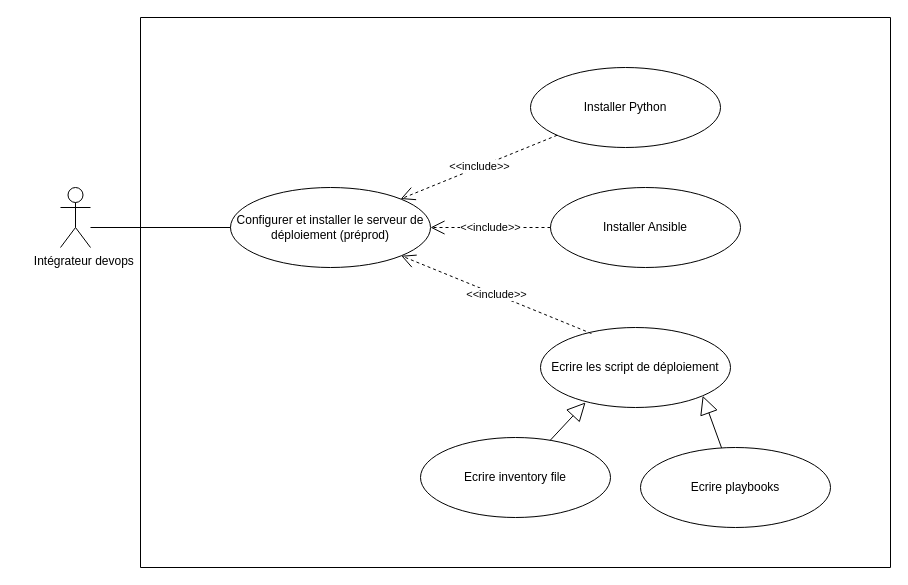
The draw.io diagram page "Page-2" (2 of 13) of Diagramme sans nom.drawio in EmiraDga/CanvasAnimation, before the edit. Source tidied: cells renumbered, new cells numbered last; positions are measured from the earlier drawing's top-left corner, leaving out a move shared by most shapes. Both pictures are drawn from the tidied source at 100%, with x=0, y=0 at pixel (60, 17).
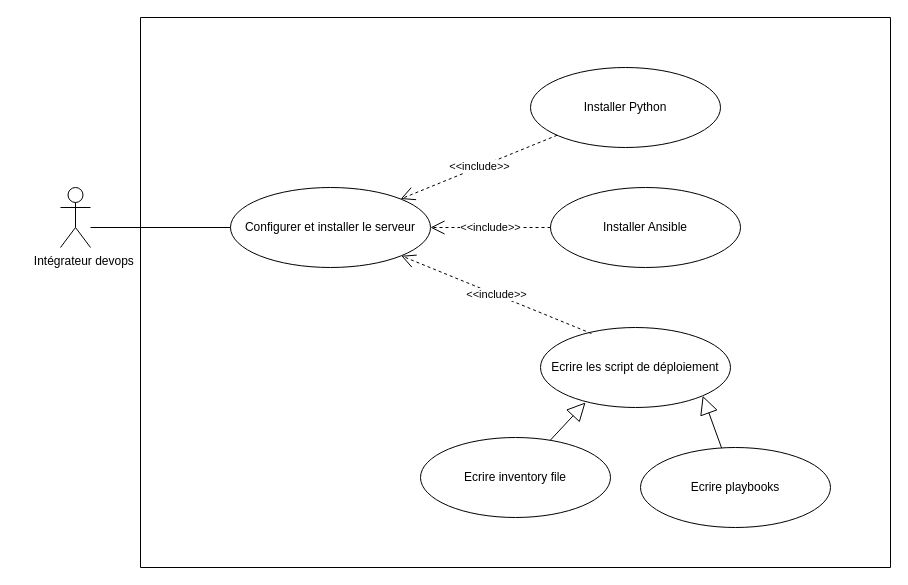
The same diagram, later.

What changed in the source:
```diff
@@
 <mxGraphModel>
   <root>
     <mxCell id="0" />
     <mxCell id="1" parent="0" />
     <mxCell id="2" value="&amp;nbsp;&amp;nbsp;&amp;nbsp;&amp;nbsp; Intégrateur devops" style="shape=umlActor;verticalLabelPosition=bottom;verticalAlign=top;html=1;" parent="1" vertex="1">
       <mxGeometry y="170" width="30" height="60" as="geometry" />
     </mxCell>
-    <mxCell id="3" value="Configurer et installer le serveur de déploiement (préprod)" style="ellipse;whiteSpace=wrap;html=1;" parent="1" vertex="1">
+    <mxCell id="3" value="Configurer et installer le serveur" style="ellipse;whiteSpace=wrap;html=1;" parent="1" vertex="1">
       <mxGeometry x="170" y="170" width="200" height="80" as="geometry" />
     </mxCell>
     <mxCell id="4" style="endArrow=none;html=1;rounded=0;entryX=0;entryY=0.5;entryDx=0;entryDy=0;" parent="1" edge="1" target="3">
       <mxGeometry relative="1" as="geometry">
         <mxPoint x="30" y="210" as="sourcePoint" />
       </mxGeometry>
     </mxCell>
     <mxCell id="5" value="Installer Ansible" style="ellipse;whiteSpace=wrap;html=1;" parent="1" vertex="1">
       <mxGeometry x="490" y="170" width="190" height="80" as="geometry" />
     </mxCell>
     <mxCell id="6" value="Ecrire les script de déploiement" style="ellipse;whiteSpace=wrap;html=1;" parent="1" vertex="1">
       <mxGeometry x="480" y="310" width="190" height="80" as="geometry" />
     </mxCell>
     <mxCell id="7" value="Installer Python" style="ellipse;whiteSpace=wrap;html=1;" parent="1" vertex="1">
       <mxGeometry x="470" y="50" width="190" height="80" as="geometry" />
     </mxCell>
     <mxCell id="8" value="&amp;lt;&amp;lt;include&amp;gt;&amp;gt;" style="endArrow=open;endSize=12;dashed=1;html=1;rounded=0;" parent="1" edge="1" source="7" target="3">
       <mxGeometry relative="1" as="geometry" />
     </mxCell>
     <mxCell id="9" value="&amp;lt;&amp;lt;include&amp;gt;&amp;gt;" style="endArrow=open;endSize=12;dashed=1;html=1;rounded=0;exitX=0;exitY=0.5;exitDx=0;exitDy=0;" parent="1" edge="1" source="5" target="3">
       <mxGeometry relative="1" as="geometry" />
     </mxCell>
     <mxCell id="10" value="&amp;lt;&amp;lt;include&amp;gt;&amp;gt;" style="endArrow=open;endSize=12;dashed=1;html=1;rounded=0;exitX=0.268;exitY=0.075;exitDx=0;exitDy=0;exitPerimeter=0;entryX=1;entryY=1;entryDx=0;entryDy=0;" parent="1" edge="1" source="6" target="3">
       <mxGeometry relative="1" as="geometry" />
     </mxCell>
     <mxCell id="11" value="Ecrire inventory file" style="ellipse;whiteSpace=wrap;html=1;" parent="1" vertex="1">
       <mxGeometry x="360" y="420" width="190" height="80" as="geometry" />
     </mxCell>
     <mxCell id="12" value="Ecrire playbooks" style="ellipse;whiteSpace=wrap;html=1;" parent="1" vertex="1">
       <mxGeometry x="580" y="430" width="190" height="80" as="geometry" />
     </mxCell>
     <mxCell id="13" style="endArrow=block;endSize=16;endFill=0;html=1;rounded=0;entryX=0.237;entryY=0.937;entryDx=0;entryDy=0;entryPerimeter=0;" parent="1" edge="1" source="11" target="6">
       <mxGeometry relative="1" as="geometry" />
     </mxCell>
     <mxCell id="14" style="endArrow=block;endSize=16;endFill=0;html=1;rounded=0;entryX=1;entryY=1;entryDx=0;entryDy=0;" parent="1" edge="1" source="12" target="6">
       <mxGeometry relative="1" as="geometry" />
     </mxCell>
     <mxCell id="15" style="swimlane;startSize=0;" parent="1" vertex="1">
       <mxGeometry x="80" width="750" height="550" as="geometry" />
     </mxCell>
   </root>
 </mxGraphModel>
```
